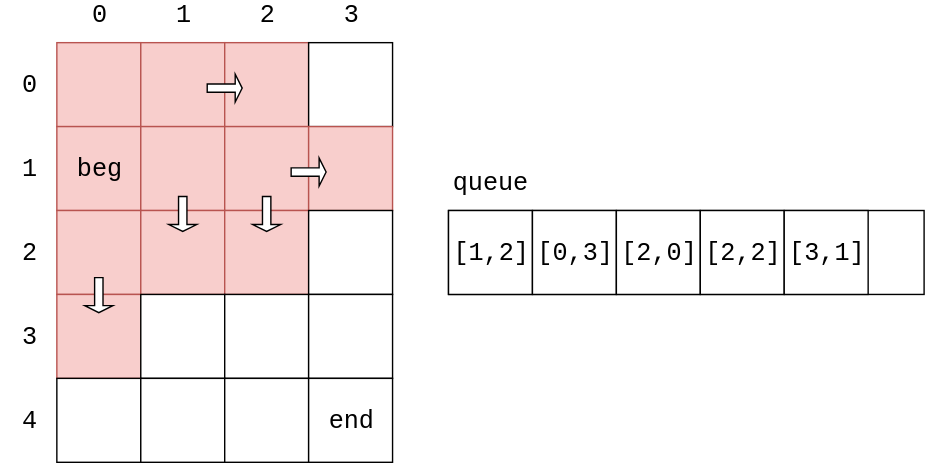
The draw.io diagram docs/Search/res/BreadthFirstSearch7.svg in linrongbin16/way-to-algorithm, before a commit. Source tidied: cells renumbered, new cells last; positions are measured from the earlier drawing's top-left corner, leaving out a move shared by most shapes. The source it was exported from:
```xml
<mxGraphModel background="#ffffff">
  <root>
    <mxCell id="0" />
    <mxCell id="1" parent="0" />
    <mxCell id="2" style="rounded=0;whiteSpace=wrap;html=1;fontFamily=Courier New;fontSize=18;fillColor=#f8cecc;strokeColor=#b85450;" parent="1" vertex="1">
      <mxGeometry x="40" y="30" width="60" height="60" as="geometry" />
    </mxCell>
    <mxCell id="3" style="rounded=0;whiteSpace=wrap;html=1;fontFamily=Courier New;fontSize=18;fillColor=#f8cecc;strokeColor=#b85450;" parent="1" vertex="1">
      <mxGeometry x="100" y="30" width="60" height="60" as="geometry" />
    </mxCell>
    <mxCell id="4" style="rounded=0;whiteSpace=wrap;html=1;fontFamily=Courier New;fontSize=18;fillColor=#f8cecc;strokeColor=#b85450;" parent="1" vertex="1">
      <mxGeometry x="160" y="30" width="60" height="60" as="geometry" />
    </mxCell>
    <mxCell id="5" style="rounded=0;whiteSpace=wrap;html=1;fontFamily=Courier New;fontSize=18;" parent="1" vertex="1">
      <mxGeometry x="220" y="30" width="60" height="60" as="geometry" />
    </mxCell>
    <mxCell id="6" value="beg" style="rounded=0;whiteSpace=wrap;html=1;fontFamily=Courier New;fontSize=18;fillColor=#f8cecc;strokeColor=#b85450;" parent="1" vertex="1">
      <mxGeometry x="40" y="90" width="60" height="60" as="geometry" />
    </mxCell>
    <mxCell id="7" style="rounded=0;whiteSpace=wrap;html=1;fontFamily=Courier New;fontSize=18;fillColor=#f8cecc;strokeColor=#b85450;" parent="1" vertex="1">
      <mxGeometry x="100" y="90" width="60" height="60" as="geometry" />
    </mxCell>
    <mxCell id="8" style="rounded=0;whiteSpace=wrap;html=1;fontFamily=Courier New;fontSize=18;fillColor=#f8cecc;strokeColor=#b85450;shadow=0;" parent="1" vertex="1">
      <mxGeometry x="160" y="90" width="60" height="60" as="geometry" />
    </mxCell>
    <mxCell id="9" style="rounded=0;whiteSpace=wrap;html=1;fontFamily=Courier New;fontSize=18;fillColor=#f8cecc;strokeColor=#b85450;" parent="1" vertex="1">
      <mxGeometry x="220" y="90" width="60" height="60" as="geometry" />
    </mxCell>
    <mxCell id="10" style="rounded=0;whiteSpace=wrap;html=1;fontFamily=Courier New;fontSize=18;fillColor=#f8cecc;strokeColor=#b85450;" parent="1" vertex="1">
      <mxGeometry x="40" y="150" width="60" height="60" as="geometry" />
    </mxCell>
    <mxCell id="11" style="rounded=0;whiteSpace=wrap;html=1;fontFamily=Courier New;fontSize=18;fillColor=#f8cecc;strokeColor=#b85450;" parent="1" vertex="1">
      <mxGeometry x="100" y="150" width="60" height="60" as="geometry" />
    </mxCell>
    <mxCell id="12" value="0" style="text;html=1;strokeColor=none;fillColor=none;align=center;verticalAlign=middle;whiteSpace=wrap;fontFamily=Courier New;fontSize=18;" parent="1" vertex="1">
      <mxGeometry x="50" width="40" height="20" as="geometry" />
    </mxCell>
    <mxCell id="13" value="1" style="text;html=1;strokeColor=none;fillColor=none;align=center;verticalAlign=middle;whiteSpace=wrap;fontFamily=Courier New;fontSize=18;" parent="1" vertex="1">
      <mxGeometry x="110" width="40" height="20" as="geometry" />
    </mxCell>
    <mxCell id="14" value="2" style="text;html=1;strokeColor=none;fillColor=none;align=center;verticalAlign=middle;whiteSpace=wrap;fontFamily=Courier New;fontSize=18;" parent="1" vertex="1">
      <mxGeometry x="170" width="40" height="20" as="geometry" />
    </mxCell>
    <mxCell id="15" value="3" style="text;html=1;strokeColor=none;fillColor=none;align=center;verticalAlign=middle;whiteSpace=wrap;fontFamily=Courier New;fontSize=18;" parent="1" vertex="1">
      <mxGeometry x="230" width="40" height="20" as="geometry" />
    </mxCell>
    <mxCell id="16" value="0" style="text;html=1;strokeColor=none;fillColor=none;align=center;verticalAlign=middle;whiteSpace=wrap;fontFamily=Courier New;fontSize=18;" parent="1" vertex="1">
      <mxGeometry y="50" width="40" height="20" as="geometry" />
    </mxCell>
    <mxCell id="17" value="1" style="text;html=1;strokeColor=none;fillColor=none;align=center;verticalAlign=middle;whiteSpace=wrap;fontFamily=Courier New;fontSize=18;" parent="1" vertex="1">
      <mxGeometry y="110" width="40" height="20" as="geometry" />
    </mxCell>
    <mxCell id="18" value="2" style="text;html=1;strokeColor=none;fillColor=none;align=center;verticalAlign=middle;whiteSpace=wrap;fontFamily=Courier New;fontSize=18;" parent="1" vertex="1">
      <mxGeometry y="170" width="40" height="20" as="geometry" />
    </mxCell>
    <mxCell id="19" value="3" style="text;html=1;strokeColor=none;fillColor=none;align=center;verticalAlign=middle;whiteSpace=wrap;fontFamily=Courier New;fontSize=18;" parent="1" vertex="1">
      <mxGeometry y="230" width="40" height="20" as="geometry" />
    </mxCell>
    <mxCell id="20" value="4" style="text;html=1;strokeColor=none;fillColor=none;align=center;verticalAlign=middle;whiteSpace=wrap;fontFamily=Courier New;fontSize=18;" parent="1" vertex="1">
      <mxGeometry y="290" width="40" height="20" as="geometry" />
    </mxCell>
    <mxCell id="21" style="rounded=0;whiteSpace=wrap;html=1;fontFamily=Courier New;fontSize=18;fillColor=#f8cecc;strokeColor=#b85450;shadow=0;" parent="1" vertex="1">
      <mxGeometry x="160" y="150" width="60" height="60" as="geometry" />
    </mxCell>
    <mxCell id="22" style="rounded=0;whiteSpace=wrap;html=1;fontFamily=Courier New;fontSize=18;fillColor=#ffffff;strokeColor=#000000;" parent="1" vertex="1">
      <mxGeometry x="220" y="150" width="60" height="60" as="geometry" />
    </mxCell>
    <mxCell id="23" style="rounded=0;whiteSpace=wrap;html=1;fontFamily=Courier New;fontSize=18;fillColor=#f8cecc;strokeColor=#b85450;" parent="1" vertex="1">
      <mxGeometry x="40" y="210" width="60" height="60" as="geometry" />
    </mxCell>
    <mxCell id="24" style="rounded=0;whiteSpace=wrap;html=1;fontFamily=Courier New;fontSize=18;fillColor=#ffffff;strokeColor=#000000;" parent="1" vertex="1">
      <mxGeometry x="100" y="210" width="60" height="60" as="geometry" />
    </mxCell>
    <mxCell id="25" style="rounded=0;whiteSpace=wrap;html=1;fontFamily=Courier New;fontSize=18;fillColor=#ffffff;strokeColor=#000000;shadow=0;" parent="1" vertex="1">
      <mxGeometry x="160" y="210" width="60" height="60" as="geometry" />
    </mxCell>
    <mxCell id="26" style="rounded=0;whiteSpace=wrap;html=1;fontFamily=Courier New;fontSize=18;fillColor=#ffffff;strokeColor=#000000;" parent="1" vertex="1">
      <mxGeometry x="220" y="210" width="60" height="60" as="geometry" />
    </mxCell>
    <mxCell id="27" style="rounded=0;whiteSpace=wrap;html=1;fontFamily=Courier New;fontSize=18;fillColor=#ffffff;strokeColor=#000000;" parent="1" vertex="1">
      <mxGeometry x="40" y="270" width="60" height="60" as="geometry" />
    </mxCell>
    <mxCell id="28" style="rounded=0;whiteSpace=wrap;html=1;fontFamily=Courier New;fontSize=18;fillColor=#ffffff;strokeColor=#000000;" parent="1" vertex="1">
      <mxGeometry x="100" y="270" width="60" height="60" as="geometry" />
    </mxCell>
    <mxCell id="29" style="rounded=0;whiteSpace=wrap;html=1;fontFamily=Courier New;fontSize=18;fillColor=#ffffff;strokeColor=#000000;shadow=0;" parent="1" vertex="1">
      <mxGeometry x="160" y="270" width="60" height="60" as="geometry" />
    </mxCell>
    <mxCell id="30" value="end" style="rounded=0;whiteSpace=wrap;html=1;fontFamily=Courier New;fontSize=18;fillColor=#ffffff;strokeColor=#000000;" parent="1" vertex="1">
      <mxGeometry x="220" y="270" width="60" height="60" as="geometry" />
    </mxCell>
    <mxCell id="31" value="queue" style="text;html=1;strokeColor=none;fillColor=none;align=center;verticalAlign=middle;whiteSpace=wrap;rounded=0;shadow=0;fontFamily=Courier New;fontSize=18;" parent="1" vertex="1">
      <mxGeometry x="330" y="120" width="40" height="20" as="geometry" />
    </mxCell>
    <mxCell id="32" style="rounded=0;whiteSpace=wrap;html=1;fontFamily=Courier New;fontSize=18;" parent="1" vertex="1">
      <mxGeometry x="320" y="150" width="340" height="60" as="geometry" />
    </mxCell>
    <mxCell id="33" value="[1,2]" style="rounded=0;whiteSpace=wrap;html=1;fontFamily=Courier New;fontSize=18;fillColor=#ffffff;strokeColor=#000000;" parent="1" vertex="1">
      <mxGeometry x="320" y="150" width="60" height="60" as="geometry" />
    </mxCell>
    <mxCell id="34" style="shape=singleArrow;direction=north;whiteSpace=wrap;html=1;rounded=0;shadow=0;strokeColor=#000000;fillColor=#ffffff;gradientColor=none;fontFamily=Courier New;fontSize=18;rotation=90;" parent="1" vertex="1">
      <mxGeometry x="210" y="110" width="20" height="25" as="geometry" />
    </mxCell>
    <mxCell id="35" style="shape=singleArrow;direction=north;whiteSpace=wrap;html=1;rounded=0;shadow=0;strokeColor=#000000;fillColor=#ffffff;gradientColor=none;fontFamily=Courier New;fontSize=18;rotation=180;" parent="1" vertex="1">
      <mxGeometry x="60" y="198" width="20" height="25" as="geometry" />
    </mxCell>
    <mxCell id="36" value="[0,3]" style="rounded=0;whiteSpace=wrap;html=1;fontFamily=Courier New;fontSize=18;fillColor=#ffffff;strokeColor=#000000;" parent="1" vertex="1">
      <mxGeometry x="380" y="150" width="60" height="60" as="geometry" />
    </mxCell>
    <mxCell id="37" value="[2,0]" style="rounded=0;whiteSpace=wrap;html=1;fontFamily=Courier New;fontSize=18;fillColor=#ffffff;strokeColor=#000000;" parent="1" vertex="1">
      <mxGeometry x="440" y="150" width="60" height="60" as="geometry" />
    </mxCell>
    <mxCell id="38" style="shape=singleArrow;direction=north;whiteSpace=wrap;html=1;rounded=0;shadow=0;strokeColor=#000000;fillColor=#ffffff;gradientColor=none;fontFamily=Courier New;fontSize=18;rotation=90;" parent="1" vertex="1">
      <mxGeometry x="150" y="50" width="20" height="25" as="geometry" />
    </mxCell>
    <mxCell id="39" style="shape=singleArrow;direction=north;whiteSpace=wrap;html=1;rounded=0;shadow=0;strokeColor=#000000;fillColor=#ffffff;gradientColor=none;fontFamily=Courier New;fontSize=18;rotation=180;" parent="1" vertex="1">
      <mxGeometry x="120" y="140" width="20" height="25" as="geometry" />
    </mxCell>
    <mxCell id="40" value="[2,2]" style="rounded=0;whiteSpace=wrap;html=1;fontFamily=Courier New;fontSize=18;fillColor=#ffffff;strokeColor=#000000;" parent="1" vertex="1">
      <mxGeometry x="500" y="150" width="60" height="60" as="geometry" />
    </mxCell>
    <mxCell id="41" style="shape=singleArrow;direction=north;whiteSpace=wrap;html=1;rounded=0;shadow=0;strokeColor=#000000;fillColor=#ffffff;gradientColor=none;fontFamily=Courier New;fontSize=18;rotation=180;" parent="1" vertex="1">
      <mxGeometry x="180" y="140" width="20" height="25" as="geometry" />
    </mxCell>
    <mxCell id="42" value="[3,1]" style="rounded=0;whiteSpace=wrap;html=1;fontFamily=Courier New;fontSize=18;fillColor=#ffffff;strokeColor=#000000;" parent="1" vertex="1">
      <mxGeometry x="560" y="150" width="60" height="60" as="geometry" />
    </mxCell>
  </root>
</mxGraphModel>
```
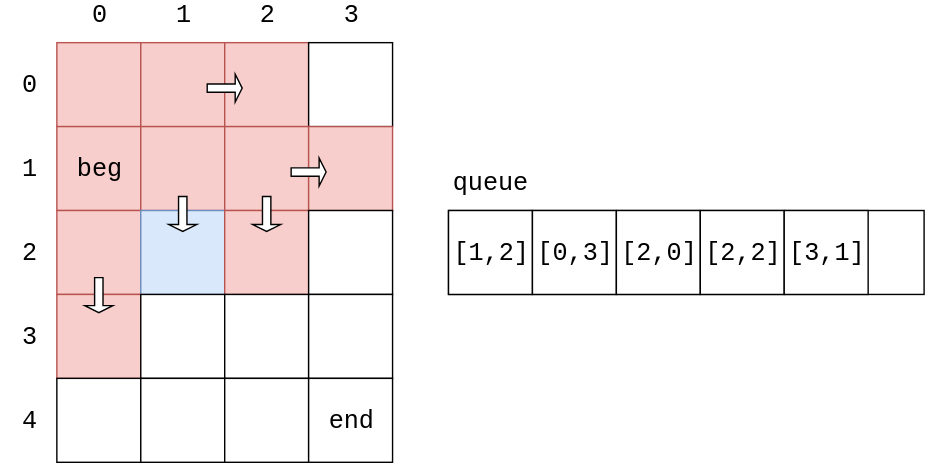
The same file after the commit.

What changed in the source:
```diff
@@ -29,7 +29,7 @@
     <mxCell id="10" style="rounded=0;whiteSpace=wrap;html=1;fontFamily=Courier New;fontSize=18;fillColor=#f8cecc;strokeColor=#b85450;" parent="1" vertex="1">
       <mxGeometry x="40" y="150" width="60" height="60" as="geometry" />
     </mxCell>
-    <mxCell id="11" style="rounded=0;whiteSpace=wrap;html=1;fontFamily=Courier New;fontSize=18;fillColor=#f8cecc;strokeColor=#b85450;" parent="1" vertex="1">
+    <mxCell id="11" style="rounded=0;whiteSpace=wrap;html=1;fontFamily=Courier New;fontSize=18;fillColor=#dae8fc;strokeColor=#6c8ebf;" parent="1" vertex="1">
       <mxGeometry x="100" y="150" width="60" height="60" as="geometry" />
     </mxCell>
     <mxCell id="12" value="0" style="text;html=1;strokeColor=none;fillColor=none;align=center;verticalAlign=middle;whiteSpace=wrap;fontFamily=Courier New;fontSize=18;" parent="1" vertex="1">
```
